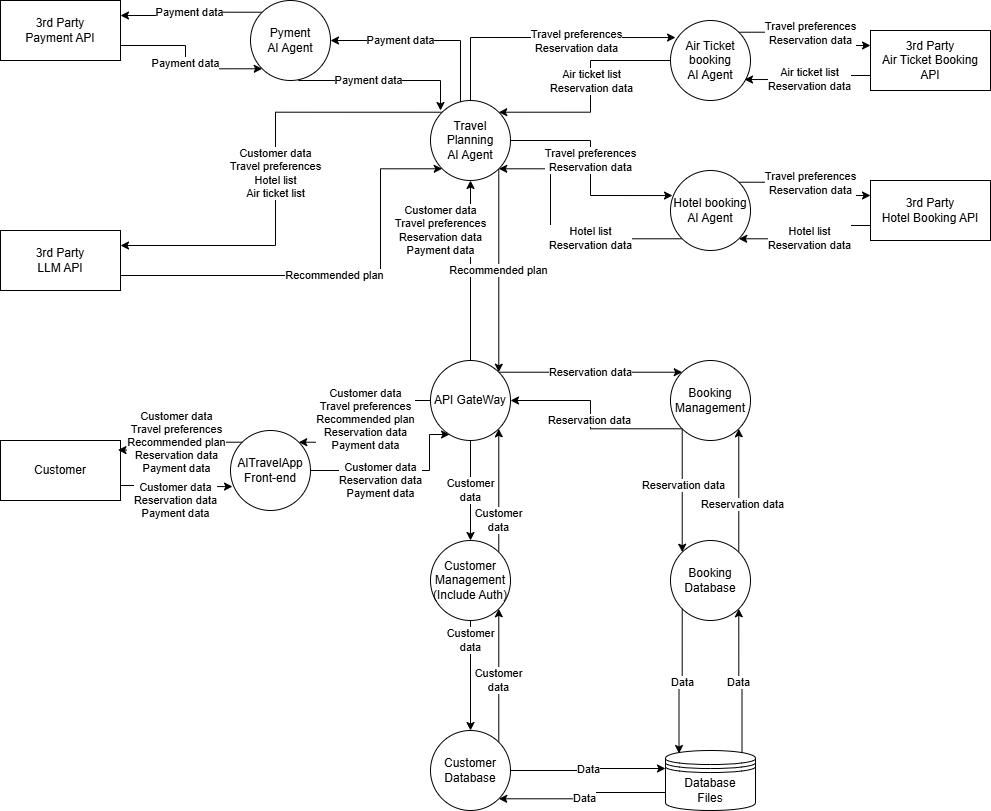
Above: image/result/AITravelApp_DFD_MAESTRO_T3.drawio.png in JNSA-AISecurityWG/Evaluation-of-AI-Threat-Modeling-Techniques (draw.io), before the change. Source tidied: cells renumbered, new cells last; positions are measured from the earlier drawing's top-left corner, leaving out a move shared by most shapes.
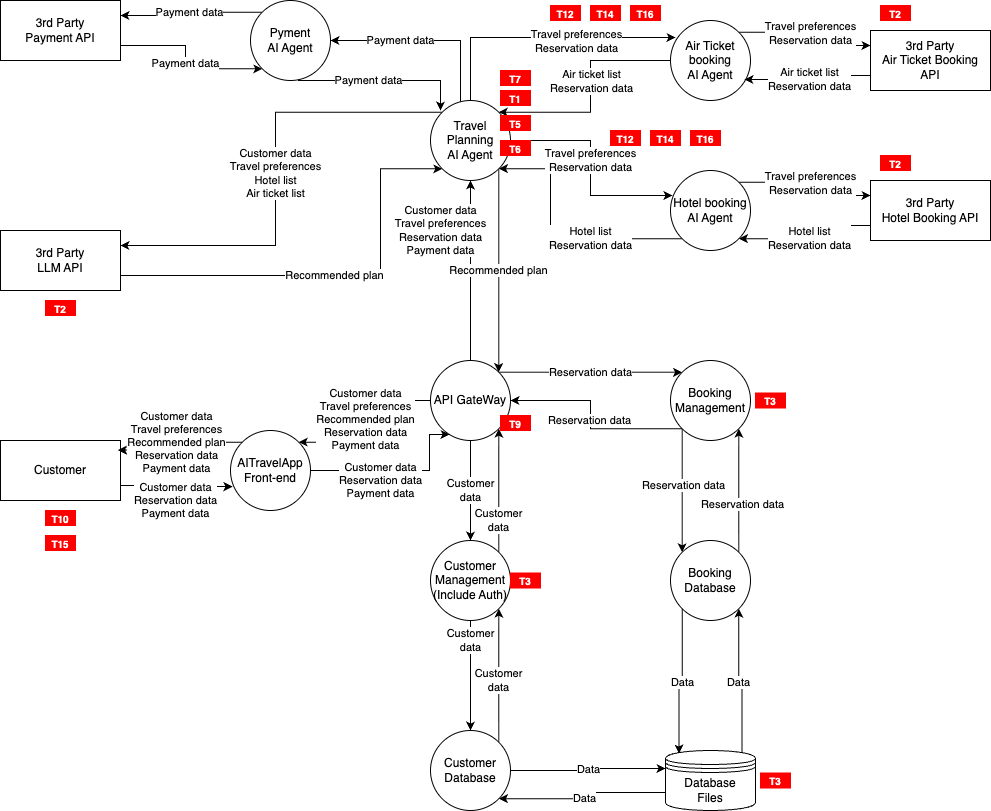
Later version of the same file.

Diff of the diagram source:
```diff
@@ -193,5 +193,62 @@
     <mxCell id="55" value="Data" style="edgeStyle=orthogonalEdgeStyle;rounded=0;jettySize=auto;html=1;exitX=0;exitY=1;exitDx=0;exitDy=0;entryX=0.15;entryY=0.05;entryDx=0;entryDy=0;entryPerimeter=0;" parent="1" edge="1" source="54" target="17">
       <mxGeometry relative="1" as="geometry" />
     </mxCell>
+    <mxCell id="56" value="&lt;font style=&quot;color: rgb(255, 255, 255);&quot;&gt;T12&lt;/font&gt;" style="rounded=0;whiteSpace=wrap;html=1;strokeColor=#FF0000;fillColor=#FF0000;fontStyle=1;fontSize=10;" parent="1" vertex="1">
+      <mxGeometry x="550" y="5" width="30" height="15" as="geometry" />
+    </mxCell>
+    <mxCell id="57" value="&lt;font style=&quot;color: rgb(255, 255, 255);&quot;&gt;T14&lt;/font&gt;" style="rounded=0;whiteSpace=wrap;html=1;strokeColor=#FF0000;fillColor=#FF0000;fontStyle=1;fontSize=10;" parent="1" vertex="1">
+      <mxGeometry x="590" y="5" width="30" height="15" as="geometry" />
+    </mxCell>
+    <mxCell id="58" value="&lt;font style=&quot;color: rgb(255, 255, 255);&quot;&gt;T16&lt;/font&gt;" style="rounded=0;whiteSpace=wrap;html=1;strokeColor=#FF0000;fillColor=#FF0000;fontStyle=1;fontSize=10;" parent="1" vertex="1">
+      <mxGeometry x="630" y="5" width="30" height="15" as="geometry" />
+    </mxCell>
+    <mxCell id="59" value="&lt;font style=&quot;color: rgb(255, 255, 255);&quot;&gt;T2&lt;/font&gt;" style="rounded=0;whiteSpace=wrap;html=1;strokeColor=#FF0000;fillColor=#FF0000;fontStyle=1;fontSize=10;" parent="1" vertex="1">
+      <mxGeometry x="880" y="5" width="30" height="15" as="geometry" />
+    </mxCell>
+    <mxCell id="60" value="&lt;font style=&quot;color: rgb(255, 255, 255);&quot;&gt;T2&lt;/font&gt;" style="rounded=0;whiteSpace=wrap;html=1;strokeColor=#FF0000;fillColor=#FF0000;fontStyle=1;fontSize=10;" parent="1" vertex="1">
+      <mxGeometry x="880" y="155" width="30" height="15" as="geometry" />
+    </mxCell>
+    <mxCell id="61" value="&lt;font style=&quot;color: rgb(255, 255, 255);&quot;&gt;T12&lt;/font&gt;" style="rounded=0;whiteSpace=wrap;html=1;strokeColor=#FF0000;fillColor=#FF0000;fontStyle=1;fontSize=10;" parent="1" vertex="1">
+      <mxGeometry x="610" y="130" width="30" height="15" as="geometry" />
+    </mxCell>
+    <mxCell id="62" value="&lt;font style=&quot;color: rgb(255, 255, 255);&quot;&gt;T14&lt;/font&gt;" style="rounded=0;whiteSpace=wrap;html=1;strokeColor=#FF0000;fillColor=#FF0000;fontStyle=1;fontSize=10;" parent="1" vertex="1">
+      <mxGeometry x="650" y="130" width="30" height="15" as="geometry" />
+    </mxCell>
+    <mxCell id="63" value="&lt;font style=&quot;color: rgb(255, 255, 255);&quot;&gt;T16&lt;/font&gt;" style="rounded=0;whiteSpace=wrap;html=1;strokeColor=#FF0000;fillColor=#FF0000;fontStyle=1;fontSize=10;" parent="1" vertex="1">
+      <mxGeometry x="690" y="130" width="30" height="15" as="geometry" />
+    </mxCell>
+    <mxCell id="64" value="&lt;font style=&quot;color: rgb(255, 255, 255);&quot;&gt;T1&lt;/font&gt;" style="rounded=0;whiteSpace=wrap;html=1;strokeColor=#FF0000;fillColor=#FF0000;fontStyle=1;fontSize=10;" parent="1" vertex="1">
+      <mxGeometry x="500" y="90" width="30" height="15" as="geometry" />
+    </mxCell>
+    <mxCell id="65" value="&lt;font style=&quot;color: rgb(255, 255, 255);&quot;&gt;T5&lt;/font&gt;" style="rounded=0;whiteSpace=wrap;html=1;strokeColor=#FF0000;fillColor=#FF0000;fontStyle=1;fontSize=10;" parent="1" vertex="1">
+      <mxGeometry x="500" y="115" width="30" height="15" as="geometry" />
+    </mxCell>
+    <mxCell id="66" value="&lt;font style=&quot;color: rgb(255, 255, 255);&quot;&gt;T6&lt;/font&gt;" style="rounded=0;whiteSpace=wrap;html=1;strokeColor=#FF0000;fillColor=#FF0000;fontStyle=1;fontSize=10;" parent="1" vertex="1">
+      <mxGeometry x="500" y="140" width="30" height="15" as="geometry" />
+    </mxCell>
+    <mxCell id="67" value="&lt;font style=&quot;color: rgb(255, 255, 255);&quot;&gt;T7&lt;/font&gt;" style="rounded=0;whiteSpace=wrap;html=1;strokeColor=#FF0000;fillColor=#FF0000;fontStyle=1;fontSize=10;" parent="1" vertex="1">
+      <mxGeometry x="500" y="70" width="30" height="15" as="geometry" />
+    </mxCell>
+    <mxCell id="68" value="&lt;font style=&quot;color: rgb(255, 255, 255);&quot;&gt;T9&lt;/font&gt;" style="rounded=0;whiteSpace=wrap;html=1;strokeColor=#FF0000;fillColor=#FF0000;fontStyle=1;fontSize=10;" parent="1" vertex="1">
+      <mxGeometry x="500" y="415" width="30" height="15" as="geometry" />
+    </mxCell>
+    <mxCell id="69" value="&lt;font style=&quot;color: rgb(255, 255, 255);&quot;&gt;T10&lt;/font&gt;" style="rounded=0;whiteSpace=wrap;html=1;strokeColor=#FF0000;fillColor=#FF0000;fontStyle=1;fontSize=10;" parent="1" vertex="1">
+      <mxGeometry x="45" y="510" width="30" height="15" as="geometry" />
+    </mxCell>
+    <mxCell id="70" value="&lt;font style=&quot;color: rgb(255, 255, 255);&quot;&gt;T15&lt;/font&gt;" style="rounded=0;whiteSpace=wrap;html=1;strokeColor=#FF0000;fillColor=#FF0000;fontStyle=1;fontSize=10;" parent="1" vertex="1">
+      <mxGeometry x="45" y="535" width="30" height="15" as="geometry" />
+    </mxCell>
+    <mxCell id="71" value="&lt;font style=&quot;color: rgb(255, 255, 255);&quot;&gt;T2&lt;/font&gt;" style="rounded=0;whiteSpace=wrap;html=1;strokeColor=#FF0000;fillColor=#FF0000;fontStyle=1;fontSize=10;" parent="1" vertex="1">
+      <mxGeometry x="45" y="300" width="30" height="15" as="geometry" />
+    </mxCell>
+    <mxCell id="72" value="&lt;font style=&quot;color: rgb(255, 255, 255);&quot;&gt;T3&lt;/font&gt;" style="rounded=0;whiteSpace=wrap;html=1;strokeColor=#FF0000;fillColor=#FF0000;fontStyle=1;fontSize=10;" parent="1" vertex="1">
+      <mxGeometry x="510" y="572.5" width="30" height="15" as="geometry" />
+    </mxCell>
+    <mxCell id="73" value="&lt;font style=&quot;color: rgb(255, 255, 255);&quot;&gt;T3&lt;/font&gt;" style="rounded=0;whiteSpace=wrap;html=1;strokeColor=#FF0000;fillColor=#FF0000;fontStyle=1;fontSize=10;" parent="1" vertex="1">
+      <mxGeometry x="755" y="392.5" width="30" height="15" as="geometry" />
+    </mxCell>
+    <mxCell id="74" value="&lt;font style=&quot;color: rgb(255, 255, 255);&quot;&gt;T3&lt;/font&gt;" style="rounded=0;whiteSpace=wrap;html=1;strokeColor=#FF0000;fillColor=#FF0000;fontStyle=1;fontSize=10;" parent="1" vertex="1">
+      <mxGeometry x="760" y="772.5" width="30" height="15" as="geometry" />
+    </mxCell>
   </root>
 </mxGraphModel>
```
